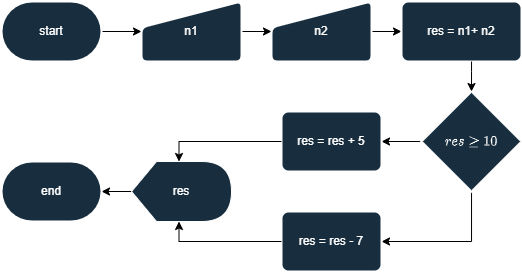
The draw.io diagram Parte-2/atividade3.png in kf-martins-uel/algoritmos-atividade1, before a commit. Source tidied: cells renumbered, new cells last; positions are measured from the earlier drawing's top-left corner, leaving out a move shared by most shapes.
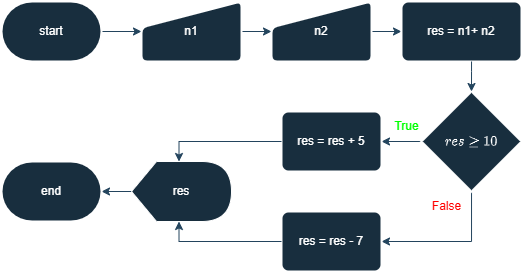
After the commit.

Diff of the diagram source:
```diff
@@ -2,19 +2,19 @@
   <root>
     <mxCell id="0" />
     <mxCell id="1" parent="0" />
-    <mxCell id="2" style="edgeStyle=orthogonalEdgeStyle;rounded=0;jettySize=auto;html=1;" parent="1" edge="1" source="3" target="5">
+    <mxCell id="2" style="edgeStyle=orthogonalEdgeStyle;rounded=0;jettySize=auto;html=1;labelBackgroundColor=none;strokeColor=#23445D;fontColor=default;" parent="1" edge="1" source="3" target="5">
       <mxGeometry relative="1" as="geometry" />
     </mxCell>
     <mxCell id="3" value="start" style="strokeWidth=2;html=1;shape=mxgraph.flowchart.terminator;whiteSpace=wrap;labelBackgroundColor=none;fillColor=#182E3E;strokeColor=#FFFFFF;fontColor=#FFFFFF;rounded=0;" parent="1" vertex="1">
       <mxGeometry width="100" height="60" as="geometry" />
     </mxCell>
-    <mxCell id="4" style="edgeStyle=orthogonalEdgeStyle;rounded=0;jettySize=auto;html=1;" parent="1" edge="1" source="5" target="7">
+    <mxCell id="4" style="edgeStyle=orthogonalEdgeStyle;rounded=0;jettySize=auto;html=1;labelBackgroundColor=none;strokeColor=#23445D;fontColor=default;" parent="1" edge="1" source="5" target="7">
       <mxGeometry relative="1" as="geometry" />
     </mxCell>
     <mxCell id="5" value="n1" style="html=1;strokeWidth=2;shape=manualInput;whiteSpace=wrap;rounded=1;size=26;arcSize=11;labelBackgroundColor=none;fillColor=#182E3E;strokeColor=#FFFFFF;fontColor=#FFFFFF;" parent="1" vertex="1">
       <mxGeometry x="140" width="100" height="60" as="geometry" />
     </mxCell>
-    <mxCell id="6" style="edgeStyle=orthogonalEdgeStyle;rounded=0;jettySize=auto;html=1;" parent="1" edge="1" source="7" target="8">
+    <mxCell id="6" style="edgeStyle=orthogonalEdgeStyle;rounded=0;jettySize=auto;html=1;labelBackgroundColor=none;strokeColor=#23445D;fontColor=default;" parent="1" edge="1" source="7" target="8">
       <mxGeometry relative="1" as="geometry" />
     </mxCell>
     <mxCell id="7" value="n2" style="html=1;strokeWidth=2;shape=manualInput;whiteSpace=wrap;rounded=1;size=26;arcSize=11;labelBackgroundColor=none;fillColor=#182E3E;strokeColor=#FFFFFF;fontColor=#FFFFFF;" parent="1" vertex="1">
@@ -23,17 +23,17 @@
     <mxCell id="8" value="res = n1+ n2" style="rounded=1;whiteSpace=wrap;html=1;absoluteArcSize=1;arcSize=14;strokeWidth=2;labelBackgroundColor=none;fillColor=#182E3E;strokeColor=#FFFFFF;fontColor=#FFFFFF;" parent="1" vertex="1">
       <mxGeometry x="400" width="120" height="60" as="geometry" />
     </mxCell>
-    <mxCell id="9" style="edgeStyle=orthogonalEdgeStyle;rounded=0;jettySize=auto;html=1;entryX=1;entryY=0.5;entryDx=0;entryDy=0;" parent="1" edge="1" source="11" target="12">
+    <mxCell id="9" style="edgeStyle=orthogonalEdgeStyle;rounded=0;jettySize=auto;html=1;entryX=1;entryY=0.5;entryDx=0;entryDy=0;labelBackgroundColor=none;strokeColor=#23445D;fontColor=default;" parent="1" edge="1" source="11" target="12">
       <mxGeometry relative="1" as="geometry" />
     </mxCell>
-    <mxCell id="10" style="edgeStyle=orthogonalEdgeStyle;rounded=0;jettySize=auto;html=1;entryX=1;entryY=0.5;entryDx=0;entryDy=0;" parent="1" edge="1" source="11" target="13">
+    <mxCell id="10" style="edgeStyle=orthogonalEdgeStyle;rounded=0;jettySize=auto;html=1;entryX=1;entryY=0.5;entryDx=0;entryDy=0;labelBackgroundColor=none;strokeColor=#23445D;fontColor=default;" parent="1" edge="1" source="11" target="13">
       <mxGeometry relative="1" as="geometry">
         <Array as="points">
           <mxPoint x="470" y="240" />
         </Array>
       </mxGeometry>
     </mxCell>
-    <mxCell id="11" value="$$res \geq 10$$" style="strokeWidth=2;html=1;shape=mxgraph.flowchart.decision;whiteSpace=wrap;strokeColor=#FFFFFF;fontColor=#FFFFFF;fillColor=#182E3E;" parent="1" vertex="1">
+    <mxCell id="11" value="$$res \geq 10$$" style="strokeWidth=2;html=1;shape=mxgraph.flowchart.decision;whiteSpace=wrap;strokeColor=#FFFFFF;fontColor=#FFFFFF;fillColor=#182E3E;labelBackgroundColor=none;" parent="1" vertex="1">
       <mxGeometry x="420" y="90" width="100" height="100" as="geometry" />
     </mxCell>
     <mxCell id="12" value="res = res + 5" style="rounded=1;whiteSpace=wrap;html=1;absoluteArcSize=1;arcSize=14;strokeWidth=2;labelBackgroundColor=none;fillColor=#182E3E;strokeColor=#FFFFFF;fontColor=#FFFFFF;" parent="1" vertex="1">
@@ -42,19 +42,19 @@
     <mxCell id="13" value="res = res - 7" style="rounded=1;whiteSpace=wrap;html=1;absoluteArcSize=1;arcSize=14;strokeWidth=2;labelBackgroundColor=none;fillColor=#182E3E;strokeColor=#FFFFFF;fontColor=#FFFFFF;" parent="1" vertex="1">
       <mxGeometry x="280" y="210" width="100" height="60" as="geometry" />
     </mxCell>
-    <mxCell id="14" style="edgeStyle=orthogonalEdgeStyle;rounded=0;jettySize=auto;html=1;" parent="1" edge="1" source="15" target="19">
+    <mxCell id="14" style="edgeStyle=orthogonalEdgeStyle;rounded=0;jettySize=auto;html=1;labelBackgroundColor=none;strokeColor=#23445D;fontColor=default;" parent="1" edge="1" source="15" target="19">
       <mxGeometry relative="1" as="geometry" />
     </mxCell>
-    <mxCell id="15" value="res" style="shape=display;whiteSpace=wrap;html=1;strokeColor=#FFFFFF;fontColor=#FFFFFF;fillColor=#182E3E;" parent="1" vertex="1">
+    <mxCell id="15" value="res" style="shape=display;whiteSpace=wrap;html=1;strokeColor=#FFFFFF;fontColor=#FFFFFF;fillColor=#182E3E;labelBackgroundColor=none;" parent="1" vertex="1">
       <mxGeometry x="130" y="160" width="100" height="60" as="geometry" />
     </mxCell>
-    <mxCell id="16" style="edgeStyle=orthogonalEdgeStyle;rounded=0;jettySize=auto;html=1;entryX=0;entryY=0;entryDx=47.5;entryDy=0;entryPerimeter=0;" parent="1" edge="1" source="12" target="15">
+    <mxCell id="16" style="edgeStyle=orthogonalEdgeStyle;rounded=0;jettySize=auto;html=1;entryX=0;entryY=0;entryDx=47.5;entryDy=0;entryPerimeter=0;labelBackgroundColor=none;strokeColor=#23445D;fontColor=default;" parent="1" edge="1" source="12" target="15">
       <mxGeometry relative="1" as="geometry" />
     </mxCell>
-    <mxCell id="17" style="edgeStyle=orthogonalEdgeStyle;rounded=0;jettySize=auto;html=1;entryX=0;entryY=0;entryDx=47.5;entryDy=60;entryPerimeter=0;" parent="1" edge="1" source="13" target="15">
+    <mxCell id="17" style="edgeStyle=orthogonalEdgeStyle;rounded=0;jettySize=auto;html=1;entryX=0;entryY=0;entryDx=47.5;entryDy=60;entryPerimeter=0;labelBackgroundColor=none;strokeColor=#23445D;fontColor=default;" parent="1" edge="1" source="13" target="15">
       <mxGeometry relative="1" as="geometry" />
     </mxCell>
-    <mxCell id="18" style="edgeStyle=orthogonalEdgeStyle;rounded=0;jettySize=auto;html=1;entryX=0.5;entryY=0;entryDx=0;entryDy=0;entryPerimeter=0;" parent="1" edge="1" source="8" target="11">
+    <mxCell id="18" style="edgeStyle=orthogonalEdgeStyle;rounded=0;jettySize=auto;html=1;entryX=0.5;entryY=0;entryDx=0;entryDy=0;entryPerimeter=0;labelBackgroundColor=none;strokeColor=#23445D;fontColor=default;" parent="1" edge="1" source="8" target="11">
       <mxGeometry relative="1" as="geometry">
         <Array as="points">
           <mxPoint x="470" y="70" />
@@ -65,5 +65,11 @@
     <mxCell id="19" value="end" style="strokeWidth=2;html=1;shape=mxgraph.flowchart.terminator;whiteSpace=wrap;labelBackgroundColor=none;fillColor=#182E3E;strokeColor=#FFFFFF;fontColor=#FFFFFF;rounded=0;" parent="1" vertex="1">
       <mxGeometry y="160" width="100" height="60" as="geometry" />
     </mxCell>
+    <mxCell id="20" value="&lt;font style=&quot;color: light-dark(rgb(0, 255, 0), rgb(0, 255, 0));&quot;&gt;True&lt;/font&gt;" style="text;html=1;align=center;verticalAlign=middle;strokeColor=none;fillColor=none;fontColor=#FFFFFF;labelBackgroundColor=none;" parent="1" vertex="1">
+      <mxGeometry x="380" y="110" width="50" height="30" as="geometry" />
+    </mxCell>
+    <mxCell id="21" value="&lt;font style=&quot;color: light-dark(rgb(255, 0, 0), rgb(255, 0, 0));&quot;&gt;False&lt;/font&gt;" style="text;html=1;align=center;verticalAlign=middle;strokeColor=none;fillColor=none;fontColor=#FFFFFF;labelBackgroundColor=none;" parent="1" vertex="1">
+      <mxGeometry x="420" y="190" width="50" height="30" as="geometry" />
+    </mxCell>
   </root>
 </mxGraphModel>
```
